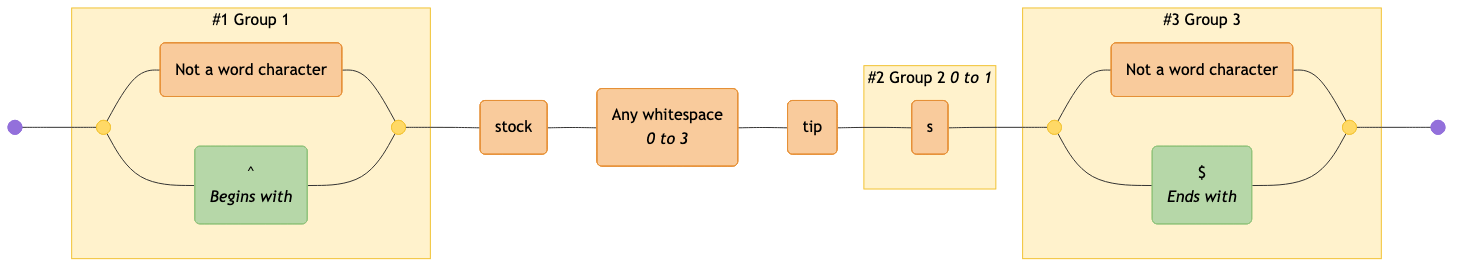
This is diagrams/stocks.mermaid-diagram.png from tayles/regex-to-mermaid, a Mermaid export, as it was before one commit. Its source is kept beside it as diagrams/stocks.mermaid.
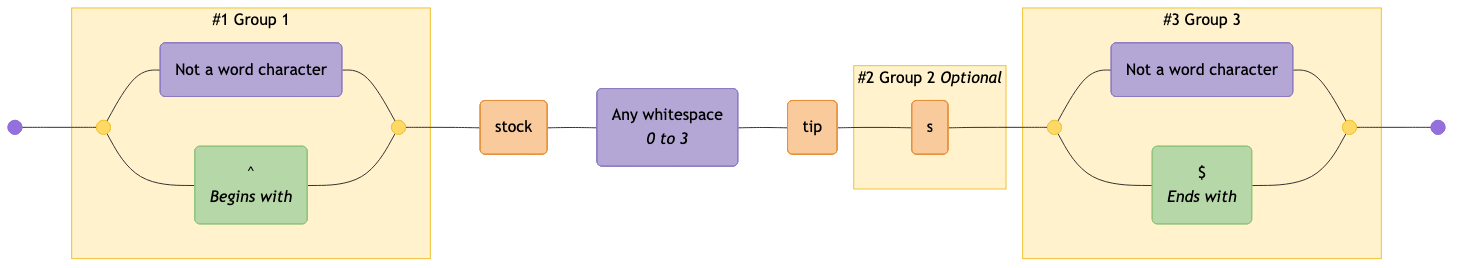
Above is the later version.

Diff of the diagram source:
```diff
@@ -1,59 +1,60 @@
 graph LR
   accTitle: "Regex: /(\\W|^)stock\\s{0,3}tip(s){0,1}(\\W|$)/gim"
-  accDescr: "Generated with regex-to-mermaid@1.0.4"
+  accDescr: "Generated with regex-to-mermaid@1.1.0"
 
   start@{ shape: f-circ };
   fin@{ shape: f-circ };
   disjunction_begin_1:::disjunction@{ shape: f-circ };
   disjunction_end_1:::disjunction@{ shape: f-circ };
-  literal_1("Not a word character"):::literal;
+  char_class_1("Not a word character"):::char-class;
   assertion_1("^<br><i>Begins with</i>"):::assertion;
-  literal_2("stock"):::literal;
-  literal_3("Any whitespace<br><i>0 to 3</i>"):::literal;
-  literal_4("tip"):::literal;
-  literal_5("s"):::literal;
+  literal_1("stock"):::literal;
+  char_class_2("Any whitespace<br><i>0 to 3</i>"):::char-class;
+  literal_2("tip"):::literal;
+  literal_3("s"):::literal;
   disjunction_begin_2:::disjunction@{ shape: f-circ };
   disjunction_end_2:::disjunction@{ shape: f-circ };
-  literal_6("Not a word character"):::literal;
+  char_class_3("Not a word character"):::char-class;
   assertion_2("$<br><i>Ends with</i>"):::assertion;
 
   subgraph standard_1 ["#1 Group 1"]
     disjunction_begin_1
     disjunction_end_1
-    literal_1
+    char_class_1
     assertion_1
   end
 
-  subgraph standard_2 ["#2 Group 2 <i>0 to 1</i>"]
-    literal_5
+  subgraph standard_2 ["#2 Group 2 <i>Optional</i>"]
+    literal_3
   end
 
   subgraph standard_3 ["#3 Group 3"]
     disjunction_begin_2
     disjunction_end_2
-    literal_6
+    char_class_3
     assertion_2
   end
 
   start --- disjunction_begin_1;
-  disjunction_begin_1 --- literal_1;
-  literal_1 --- disjunction_end_1;
+  disjunction_begin_1 --- char_class_1;
+  char_class_1 --- disjunction_end_1;
   disjunction_begin_1 --- assertion_1;
   assertion_1 --- disjunction_end_1;
-  disjunction_end_1 --- literal_2;
+  disjunction_end_1 --- literal_1;
+  literal_1 --- char_class_2;
+  char_class_2 --- literal_2;
   literal_2 --- literal_3;
-  literal_3 --- literal_4;
-  literal_4 --- literal_5;
-  literal_5 --- disjunction_begin_2;
-  disjunction_begin_2 --- literal_6;
-  literal_6 --- disjunction_end_2;
+  literal_3 --- disjunction_begin_2;
+  disjunction_begin_2 --- char_class_3;
+  char_class_3 --- disjunction_end_2;
   disjunction_begin_2 --- assertion_2;
   assertion_2 --- disjunction_end_2;
   disjunction_end_2 --- fin;
 
   classDef disjunction fill:#FFD966,stroke:#F1C232,color:#000000;
+  classDef char-class fill:#B4A7D6,stroke:#8E7CC3,color:#000000;
+  classDef assertion fill:#B6D7A8,stroke:#93C47D,color:#000000;
   classDef literal fill:#F9CB9C,stroke:#E69138,color:#000000;
-  classDef assertion fill:#B6D7A8,stroke:#93C47D,color:#000000;
 
   classDef standard fill:#FFF2CC,stroke:#F1C232,color:#000000;
 
```
